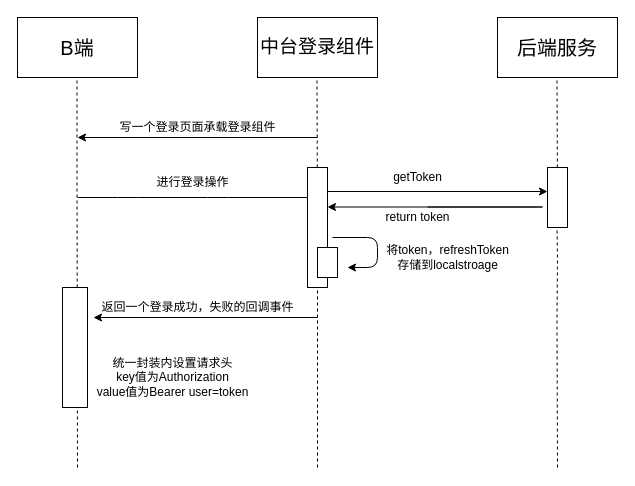
Before: docs/Untitled Diagram.drawio in For-ever21/Blog, a draw.io diagram. Source tidied: cells renumbered, new cells numbered last; positions are measured from the earlier drawing's top-left corner, leaving out a move shared by most shapes. Both pictures are drawn from the tidied source at 100%, with x=0, y=0 at pixel (17, 17).
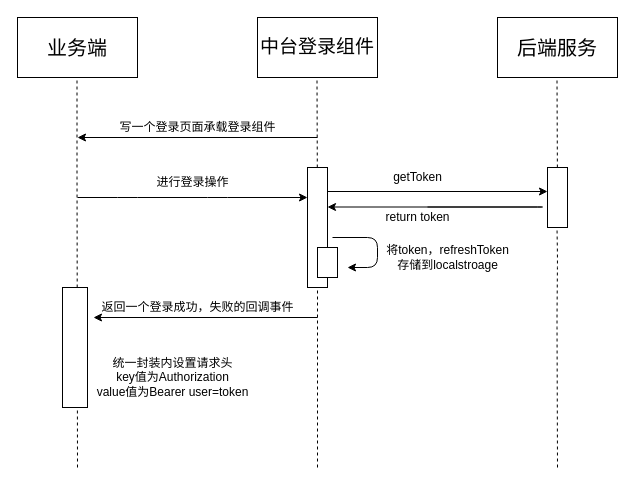
After the change.

Unchanged cells that the change refers to:
```xml
<mxCell id="13" style="rounded=0;whiteSpace=wrap;html=1;direction=south;" parent="1" vertex="1">
  <mxGeometry x="290" y="150" width="20" height="120" as="geometry" />
</mxCell>
```

What changed in the source:
```diff
@@
-    <mxCell id="2" value="&lt;font style=&quot;font-size: 20px&quot;&gt;B端&lt;/font&gt;" style="rounded=0;whiteSpace=wrap;html=1;" parent="1" vertex="1">
+    <mxCell id="2" value="&lt;font style=&quot;font-size: 20px&quot;&gt;业务端&lt;/font&gt;" style="rounded=0;whiteSpace=wrap;html=1;" parent="1" vertex="1">
       <mxGeometry width="120" height="60" as="geometry" />
     </mxCell>
@@
-    <mxCell id="8" style="endArrow=classic;html=1;" parent="1" edge="1">
+    <mxCell id="8" style="endArrow=classic;html=1;entryX=0.25;entryY=1;entryDx=0;entryDy=0;" parent="1" edge="1" target="13">
       <mxGeometry relative="1" as="geometry">
         <mxPoint x="60" y="180" as="sourcePoint" />
-        <mxPoint x="300" y="180" as="targetPoint" />
         <Array as="points">
           <mxPoint x="110" y="180" />
           <mxPoint x="200" y="180" />
         </Array>
       </mxGeometry>
     </mxCell>
```
